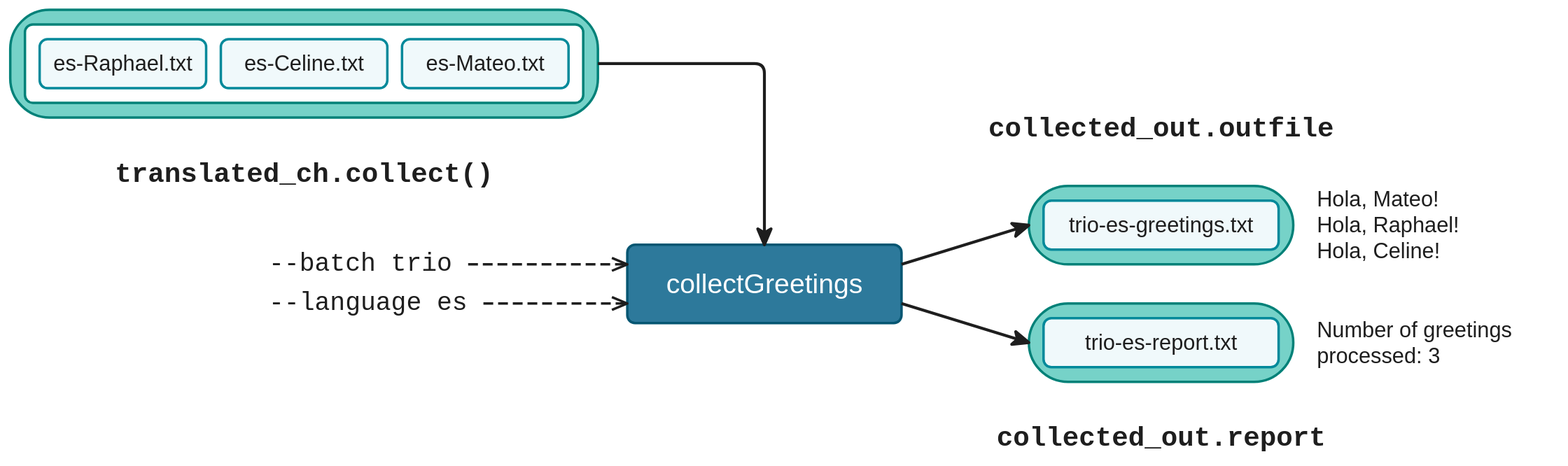
The draw.io diagram docs/en/docs/hello_nextflow/img/hello-collect-report.drawio.svg in nextflow-io/training, before a commit. Source tidied: cells renumbered, new cells last; positions are measured from the earlier drawing's top-left corner, leaving out a move shared by most shapes. Source of this version:
```xml
<mxGraphModel>
  <root>
    <mxCell id="0" />
    <mxCell id="1" parent="0" />
    <mxCell id="2" style="rounded=1;absoluteArcSize=1;arcSize=80;fillColor=#76d2c8;strokeColor=#018178;strokeWidth=2.5;fontFamily=Helvetica;fontSize=28;fontColor=#1e1e1e;html=0;whiteSpace=nowrap;" parent="1" vertex="1">
      <mxGeometry width="600" height="110" as="geometry" />
    </mxCell>
    <mxCell id="3" style="rounded=1;absoluteArcSize=1;arcSize=16;fillColor=#ffffff;strokeColor=#018178;strokeWidth=2.5;fontFamily=Helvetica;fontSize=22;fontColor=#1e1e1e;html=0;whiteSpace=nowrap;" parent="2" vertex="1">
      <mxGeometry x="15" y="15" width="570" height="80" as="geometry" />
    </mxCell>
    <mxCell id="4" value="es-Raphael.txt" style="rounded=1;absoluteArcSize=1;arcSize=16;fillColor=#f0f9fb;strokeColor=#02899a;strokeWidth=2.5;fontFamily=Helvetica;fontSize=22;fontColor=#1e1e1e;html=0;whiteSpace=nowrap;" parent="3" vertex="1">
      <mxGeometry x="15" y="15" width="170" height="50" as="geometry" />
    </mxCell>
    <mxCell id="5" value="es-Celine.txt" style="rounded=1;absoluteArcSize=1;arcSize=16;fillColor=#f0f9fb;strokeColor=#02899a;strokeWidth=2.5;fontFamily=Helvetica;fontSize=22;fontColor=#1e1e1e;html=0;whiteSpace=nowrap;" parent="3" vertex="1">
      <mxGeometry x="200" y="15" width="170" height="50" as="geometry" />
    </mxCell>
    <mxCell id="6" value="es-Mateo.txt" style="rounded=1;absoluteArcSize=1;arcSize=16;fillColor=#f0f9fb;strokeColor=#02899a;strokeWidth=2.5;fontFamily=Helvetica;fontSize=22;fontColor=#1e1e1e;html=0;whiteSpace=nowrap;" parent="3" vertex="1">
      <mxGeometry x="385" y="15" width="170" height="50" as="geometry" />
    </mxCell>
    <mxCell id="7" value="translated_ch.collect()" style="text;align=center;verticalAlign=middle;fontFamily=Menlo;fontSize=28;fontStyle=1;fontColor=#1e1e1e;html=0;whiteSpace=nowrap;" parent="1" vertex="1">
      <mxGeometry y="150" width="600" height="36" as="geometry" />
    </mxCell>
    <mxCell id="8" value="collectGreetings" style="rounded=1;absoluteArcSize=1;arcSize=16;fillColor=#2d799b;strokeColor=#055672;strokeWidth=2.5;fontFamily=Helvetica;fontSize=28;fontColor=#ffffff;html=0;whiteSpace=nowrap;" parent="1" vertex="1">
      <mxGeometry x="630" y="240" width="280" height="80" as="geometry" />
    </mxCell>
    <mxCell id="9" style="edgeStyle=orthogonalEdgeStyle;html=0;strokeColor=#1e1e1e;endSize=12;rounded=1;arcSize=40;strokeWidth=3;endArrow=classic;endFill=1;exitX=1;exitY=0.5;exitDx=0;exitDy=0;entryX=0.5;entryY=0;entryDx=0;entryDy=0;" parent="1" edge="1" source="2" target="8">
      <mxGeometry relative="1" as="geometry">
        <Array as="points">
          <mxPoint x="770" y="55" />
        </Array>
      </mxGeometry>
    </mxCell>
    <mxCell id="10" value="--batch trio" style="text;align=left;verticalAlign=middle;spacing=0;spacingLeft=4;fontFamily=Menlo;fontSize=26;fontColor=#1e1e1e;html=0;whiteSpace=nowrap;" parent="1" vertex="1">
      <mxGeometry x="260" y="241" width="207.5" height="38" as="geometry" />
    </mxCell>
    <mxCell id="11" value="--language es" style="text;align=left;verticalAlign=middle;spacing=0;spacingLeft=4;fontFamily=Menlo;fontSize=26;fontColor=#1e1e1e;html=0;whiteSpace=nowrap;" parent="1" vertex="1">
      <mxGeometry x="260" y="281" width="223.1" height="38" as="geometry" />
    </mxCell>
    <mxCell id="12" style="edgeStyle=none;html=0;strokeColor=#1e1e1e;endSize=12;strokeWidth=2.5;dashed=1;dashPattern=4 2;endArrow=open;endFill=0;exitX=1;exitY=0.5;exitDx=0;exitDy=0;entryX=0;entryY=0.25;entryDx=0;entryDy=0;" parent="1" edge="1" source="10" target="8">
      <mxGeometry relative="1" as="geometry" />
    </mxCell>
    <mxCell id="13" style="edgeStyle=none;html=0;strokeColor=#1e1e1e;endSize=12;strokeWidth=2.5;dashed=1;dashPattern=4 2;endArrow=open;endFill=0;exitX=1;exitY=0.5;exitDx=0;exitDy=0;entryX=0;entryY=0.75;entryDx=0;entryDy=0;" parent="1" edge="1" source="11" target="8">
      <mxGeometry relative="1" as="geometry" />
    </mxCell>
    <mxCell id="14" style="rounded=1;absoluteArcSize=1;arcSize=80;fillColor=#76d2c8;strokeColor=#018178;strokeWidth=2.5;fontFamily=Helvetica;fontSize=28;fontColor=#1e1e1e;html=0;whiteSpace=nowrap;" parent="1" vertex="1">
      <mxGeometry x="1040" y="180" width="270" height="80" as="geometry" />
    </mxCell>
    <mxCell id="15" value="trio-es-greetings.txt" style="rounded=1;absoluteArcSize=1;arcSize=16;fillColor=#f0f9fb;strokeColor=#02899a;strokeWidth=2.5;fontFamily=Helvetica;fontSize=22;fontColor=#1e1e1e;html=0;whiteSpace=nowrap;" parent="14" vertex="1">
      <mxGeometry x="15" y="15" width="240" height="50" as="geometry" />
    </mxCell>
    <mxCell id="16" value="collected_out.outfile" style="text;align=center;verticalAlign=middle;fontFamily=Menlo;fontSize=28;fontStyle=1;fontColor=#1e1e1e;html=0;whiteSpace=nowrap;" parent="1" vertex="1">
      <mxGeometry x="1040" y="104" width="270" height="36" as="geometry" />
    </mxCell>
    <mxCell id="17" value="Hola, Mateo!&#10;Hola, Raphael!&#10;Hola, Celine!" style="text;align=left;verticalAlign=middle;spacing=0;spacingLeft=4;fontFamily=Helvetica;fontSize=22;fontColor=#1e1e1e;html=0;whiteSpace=nowrap;" parent="1" vertex="1">
      <mxGeometry x="1330" y="176" width="250" height="88" as="geometry" />
    </mxCell>
    <mxCell id="18" style="edgeStyle=none;html=0;strokeColor=#1e1e1e;endSize=12;strokeWidth=3;endArrow=classic;endFill=1;exitX=1;exitY=0.25;exitDx=0;exitDy=0;entryX=0;entryY=0.5;entryDx=0;entryDy=0;" parent="1" edge="1" source="8" target="14">
      <mxGeometry relative="1" as="geometry" />
    </mxCell>
    <mxCell id="19" style="rounded=1;absoluteArcSize=1;arcSize=80;fillColor=#76d2c8;strokeColor=#018178;strokeWidth=2.5;fontFamily=Helvetica;fontSize=28;fontColor=#1e1e1e;html=0;whiteSpace=nowrap;" parent="1" vertex="1">
      <mxGeometry x="1040" y="300" width="270" height="80" as="geometry" />
    </mxCell>
    <mxCell id="20" value="trio-es-report.txt" style="rounded=1;absoluteArcSize=1;arcSize=16;fillColor=#f0f9fb;strokeColor=#02899a;strokeWidth=2.5;fontFamily=Helvetica;fontSize=22;fontColor=#1e1e1e;html=0;whiteSpace=nowrap;" parent="19" vertex="1">
      <mxGeometry x="15" y="15" width="240" height="50" as="geometry" />
    </mxCell>
    <mxCell id="21" value="collected_out.report" style="text;align=center;verticalAlign=middle;fontFamily=Menlo;fontSize=28;fontStyle=1;fontColor=#1e1e1e;html=0;whiteSpace=nowrap;" parent="1" vertex="1">
      <mxGeometry x="1040" y="420" width="270" height="36" as="geometry" />
    </mxCell>
    <mxCell id="22" value="Number of greetings&#10;processed: 3" style="text;align=left;verticalAlign=middle;spacing=0;spacingLeft=4;fontFamily=Helvetica;fontSize=22;fontColor=#1e1e1e;html=0;whiteSpace=nowrap;" parent="1" vertex="1">
      <mxGeometry x="1330" y="309" width="250" height="62" as="geometry" />
    </mxCell>
    <mxCell id="23" style="edgeStyle=none;html=0;strokeColor=#1e1e1e;endSize=12;strokeWidth=3;endArrow=classic;endFill=1;exitX=1;exitY=0.75;exitDx=0;exitDy=0;entryX=0;entryY=0.5;entryDx=0;entryDy=0;" parent="1" edge="1" source="8" target="19">
      <mxGeometry relative="1" as="geometry" />
    </mxCell>
  </root>
</mxGraphModel>
```
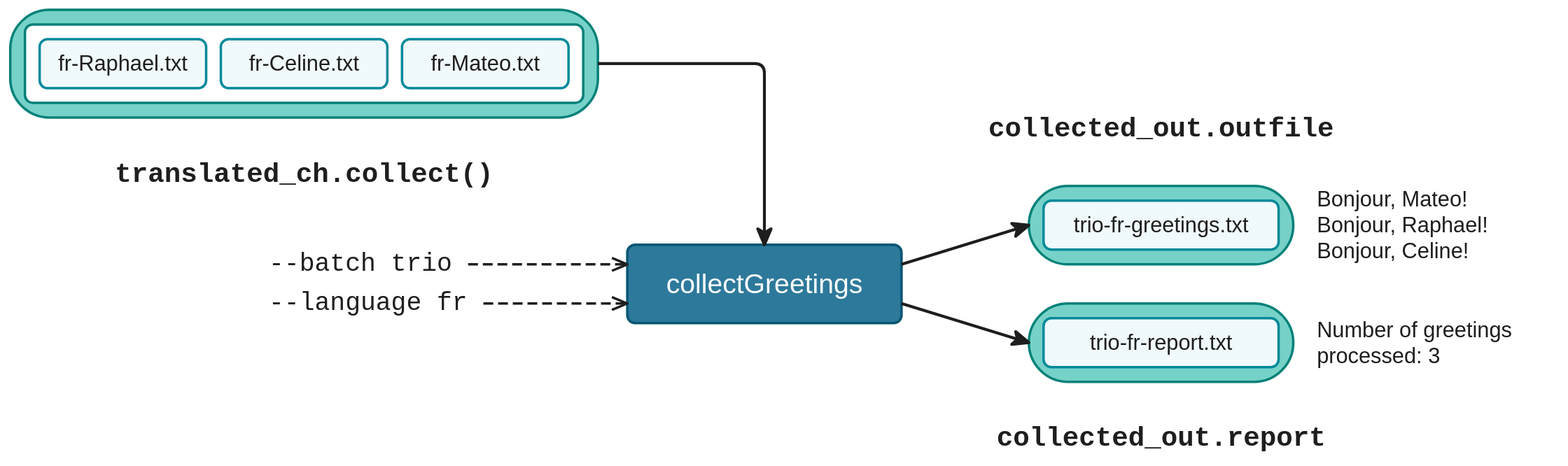
After the commit.

Commit message:
docs(hello_nextflow): restructure Hello Workflow sections; continue in French

Diff of the diagram source:
```diff
@@ -8,13 +8,13 @@
     <mxCell id="3" style="rounded=1;absoluteArcSize=1;arcSize=16;fillColor=#ffffff;strokeColor=#018178;strokeWidth=2.5;fontFamily=Helvetica;fontSize=22;fontColor=#1e1e1e;html=0;whiteSpace=nowrap;" parent="2" vertex="1">
       <mxGeometry x="15" y="15" width="570" height="80" as="geometry" />
     </mxCell>
-    <mxCell id="4" value="es-Raphael.txt" style="rounded=1;absoluteArcSize=1;arcSize=16;fillColor=#f0f9fb;strokeColor=#02899a;strokeWidth=2.5;fontFamily=Helvetica;fontSize=22;fontColor=#1e1e1e;html=0;whiteSpace=nowrap;" parent="3" vertex="1">
+    <mxCell id="4" value="fr-Raphael.txt" style="rounded=1;absoluteArcSize=1;arcSize=16;fillColor=#f0f9fb;strokeColor=#02899a;strokeWidth=2.5;fontFamily=Helvetica;fontSize=22;fontColor=#1e1e1e;html=0;whiteSpace=nowrap;" parent="3" vertex="1">
       <mxGeometry x="15" y="15" width="170" height="50" as="geometry" />
     </mxCell>
-    <mxCell id="5" value="es-Celine.txt" style="rounded=1;absoluteArcSize=1;arcSize=16;fillColor=#f0f9fb;strokeColor=#02899a;strokeWidth=2.5;fontFamily=Helvetica;fontSize=22;fontColor=#1e1e1e;html=0;whiteSpace=nowrap;" parent="3" vertex="1">
+    <mxCell id="5" value="fr-Celine.txt" style="rounded=1;absoluteArcSize=1;arcSize=16;fillColor=#f0f9fb;strokeColor=#02899a;strokeWidth=2.5;fontFamily=Helvetica;fontSize=22;fontColor=#1e1e1e;html=0;whiteSpace=nowrap;" parent="3" vertex="1">
       <mxGeometry x="200" y="15" width="170" height="50" as="geometry" />
     </mxCell>
-    <mxCell id="6" value="es-Mateo.txt" style="rounded=1;absoluteArcSize=1;arcSize=16;fillColor=#f0f9fb;strokeColor=#02899a;strokeWidth=2.5;fontFamily=Helvetica;fontSize=22;fontColor=#1e1e1e;html=0;whiteSpace=nowrap;" parent="3" vertex="1">
+    <mxCell id="6" value="fr-Mateo.txt" style="rounded=1;absoluteArcSize=1;arcSize=16;fillColor=#f0f9fb;strokeColor=#02899a;strokeWidth=2.5;fontFamily=Helvetica;fontSize=22;fontColor=#1e1e1e;html=0;whiteSpace=nowrap;" parent="3" vertex="1">
       <mxGeometry x="385" y="15" width="170" height="50" as="geometry" />
     </mxCell>
     <mxCell id="7" value="translated_ch.collect()" style="text;align=center;verticalAlign=middle;fontFamily=Menlo;fontSize=28;fontStyle=1;fontColor=#1e1e1e;html=0;whiteSpace=nowrap;" parent="1" vertex="1">
@@ -33,7 +33,7 @@
     <mxCell id="10" value="--batch trio" style="text;align=left;verticalAlign=middle;spacing=0;spacingLeft=4;fontFamily=Menlo;fontSize=26;fontColor=#1e1e1e;html=0;whiteSpace=nowrap;" parent="1" vertex="1">
       <mxGeometry x="260" y="241" width="207.5" height="38" as="geometry" />
     </mxCell>
-    <mxCell id="11" value="--language es" style="text;align=left;verticalAlign=middle;spacing=0;spacingLeft=4;fontFamily=Menlo;fontSize=26;fontColor=#1e1e1e;html=0;whiteSpace=nowrap;" parent="1" vertex="1">
+    <mxCell id="11" value="--language fr" style="text;align=left;verticalAlign=middle;spacing=0;spacingLeft=4;fontFamily=Menlo;fontSize=26;fontColor=#1e1e1e;html=0;whiteSpace=nowrap;" parent="1" vertex="1">
       <mxGeometry x="260" y="281" width="223.1" height="38" as="geometry" />
     </mxCell>
     <mxCell id="12" style="edgeStyle=none;html=0;strokeColor=#1e1e1e;endSize=12;strokeWidth=2.5;dashed=1;dashPattern=4 2;endArrow=open;endFill=0;exitX=1;exitY=0.5;exitDx=0;exitDy=0;entryX=0;entryY=0.25;entryDx=0;entryDy=0;" parent="1" edge="1" source="10" target="8">
@@ -45,13 +45,13 @@
     <mxCell id="14" style="rounded=1;absoluteArcSize=1;arcSize=80;fillColor=#76d2c8;strokeColor=#018178;strokeWidth=2.5;fontFamily=Helvetica;fontSize=28;fontColor=#1e1e1e;html=0;whiteSpace=nowrap;" parent="1" vertex="1">
       <mxGeometry x="1040" y="180" width="270" height="80" as="geometry" />
     </mxCell>
-    <mxCell id="15" value="trio-es-greetings.txt" style="rounded=1;absoluteArcSize=1;arcSize=16;fillColor=#f0f9fb;strokeColor=#02899a;strokeWidth=2.5;fontFamily=Helvetica;fontSize=22;fontColor=#1e1e1e;html=0;whiteSpace=nowrap;" parent="14" vertex="1">
+    <mxCell id="15" value="trio-fr-greetings.txt" style="rounded=1;absoluteArcSize=1;arcSize=16;fillColor=#f0f9fb;strokeColor=#02899a;strokeWidth=2.5;fontFamily=Helvetica;fontSize=22;fontColor=#1e1e1e;html=0;whiteSpace=nowrap;" parent="14" vertex="1">
       <mxGeometry x="15" y="15" width="240" height="50" as="geometry" />
     </mxCell>
     <mxCell id="16" value="collected_out.outfile" style="text;align=center;verticalAlign=middle;fontFamily=Menlo;fontSize=28;fontStyle=1;fontColor=#1e1e1e;html=0;whiteSpace=nowrap;" parent="1" vertex="1">
       <mxGeometry x="1040" y="104" width="270" height="36" as="geometry" />
     </mxCell>
-    <mxCell id="17" value="Hola, Mateo!&#10;Hola, Raphael!&#10;Hola, Celine!" style="text;align=left;verticalAlign=middle;spacing=0;spacingLeft=4;fontFamily=Helvetica;fontSize=22;fontColor=#1e1e1e;html=0;whiteSpace=nowrap;" parent="1" vertex="1">
+    <mxCell id="17" value="Bonjour, Mateo!&#10;Bonjour, Raphael!&#10;Bonjour, Celine!" style="text;align=left;verticalAlign=middle;spacing=0;spacingLeft=4;fontFamily=Helvetica;fontSize=22;fontColor=#1e1e1e;html=0;whiteSpace=nowrap;" parent="1" vertex="1">
       <mxGeometry x="1330" y="176" width="250" height="88" as="geometry" />
     </mxCell>
     <mxCell id="18" style="edgeStyle=none;html=0;strokeColor=#1e1e1e;endSize=12;strokeWidth=3;endArrow=classic;endFill=1;exitX=1;exitY=0.25;exitDx=0;exitDy=0;entryX=0;entryY=0.5;entryDx=0;entryDy=0;" parent="1" edge="1" source="8" target="14">
@@ -60,7 +60,7 @@
     <mxCell id="19" style="rounded=1;absoluteArcSize=1;arcSize=80;fillColor=#76d2c8;strokeColor=#018178;strokeWidth=2.5;fontFamily=Helvetica;fontSize=28;fontColor=#1e1e1e;html=0;whiteSpace=nowrap;" parent="1" vertex="1">
       <mxGeometry x="1040" y="300" width="270" height="80" as="geometry" />
     </mxCell>
-    <mxCell id="20" value="trio-es-report.txt" style="rounded=1;absoluteArcSize=1;arcSize=16;fillColor=#f0f9fb;strokeColor=#02899a;strokeWidth=2.5;fontFamily=Helvetica;fontSize=22;fontColor=#1e1e1e;html=0;whiteSpace=nowrap;" parent="19" vertex="1">
+    <mxCell id="20" value="trio-fr-report.txt" style="rounded=1;absoluteArcSize=1;arcSize=16;fillColor=#f0f9fb;strokeColor=#02899a;strokeWidth=2.5;fontFamily=Helvetica;fontSize=22;fontColor=#1e1e1e;html=0;whiteSpace=nowrap;" parent="19" vertex="1">
       <mxGeometry x="15" y="15" width="240" height="50" as="geometry" />
     </mxCell>
     <mxCell id="21" value="collected_out.report" style="text;align=center;verticalAlign=middle;fontFamily=Menlo;fontSize=28;fontStyle=1;fontColor=#1e1e1e;html=0;whiteSpace=nowrap;" parent="1" vertex="1">
```
